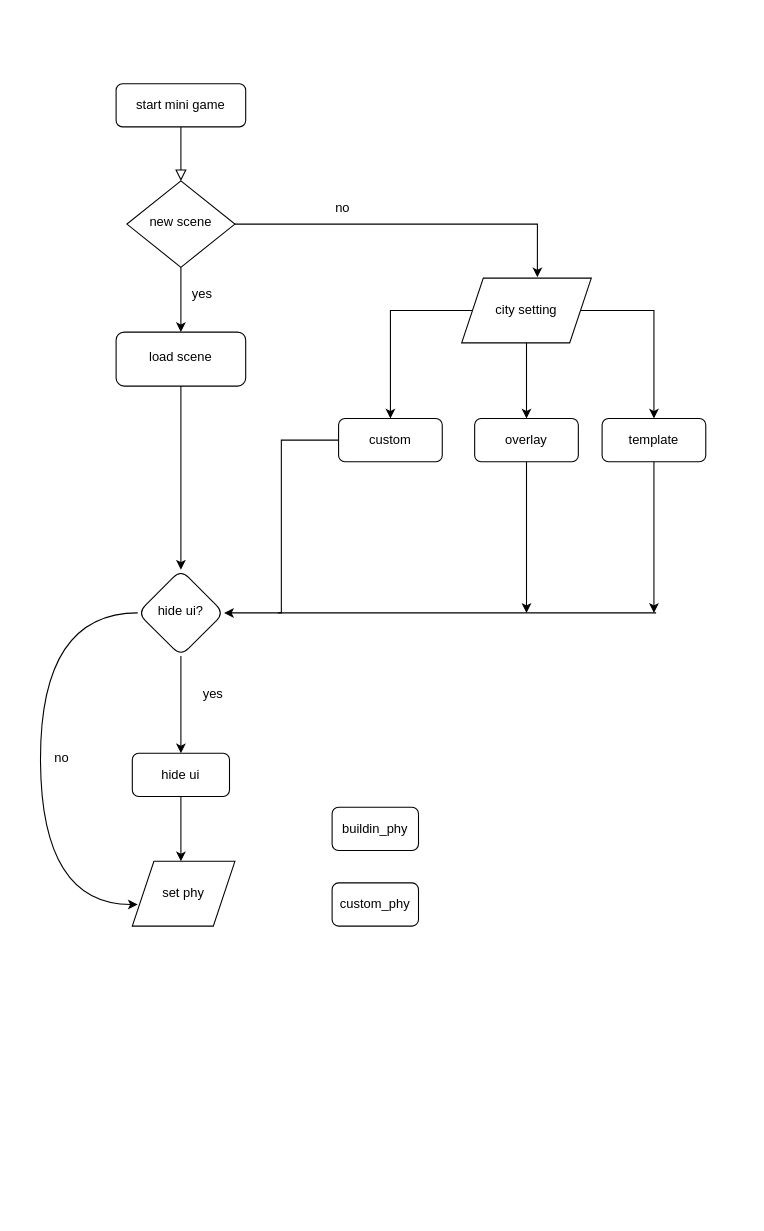
Earlier version of the draw.io diagram 未命名绘图.drawio (jeason1997/luban). Source tidied: cells renumbered, new cells numbered last; positions are measured from the earlier drawing's top-left corner, leaving out a move shared by most shapes. Both pictures are drawn from the tidied source at 108%, with x=0, y=0 at pixel (29, 83).
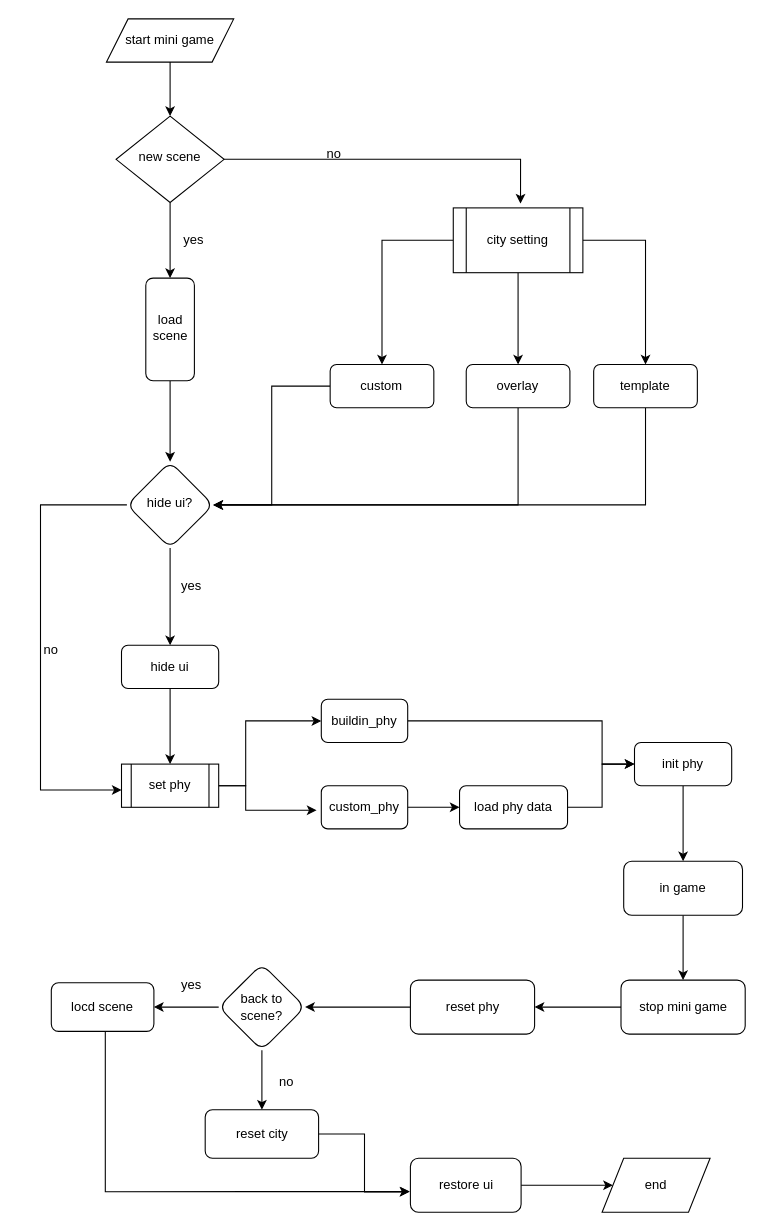
The same page after the edit.

Commit message (it also covers changes not shown here):
更新未命名绘图.drawio

Diff of the diagram source:
```diff
@@
-    <mxCell id="2" style="rounded=0;html=1;jettySize=auto;fontSize=11;endArrow=block;endFill=0;endSize=8;strokeWidth=1;shadow=0;labelBackgroundColor=none;edgeStyle=orthogonalEdgeStyle;" parent="1" edge="1" source="3" target="6">
-      <mxGeometry relative="1" as="geometry" />
-    </mxCell>
-    <mxCell id="3" value="start mini game" style="rounded=1;whiteSpace=wrap;html=1;fontSize=12;glass=0;strokeWidth=1;shadow=0;" parent="1" vertex="1">
-      <mxGeometry x="80" width="120" height="40" as="geometry" />
-    </mxCell>
@@
-    <mxCell id="5" style="edgeStyle=orthogonalEdgeStyle;rounded=0;jettySize=auto;html=1;entryX=0.584;entryY=-0.013;entryDx=0;entryDy=0;entryPerimeter=0;" parent="1" edge="1" source="6" target="13">
+    <mxCell id="5" style="edgeStyle=orthogonalEdgeStyle;rounded=0;jettySize=auto;html=1;entryX=0.519;entryY=-0.066;entryDx=0;entryDy=0;entryPerimeter=0;" parent="1" edge="1" source="6" target="13">
       <mxGeometry relative="1" as="geometry" />
     </mxCell>
     <mxCell id="6" value="new scene" style="rhombus;whiteSpace=wrap;html=1;shadow=0;fontFamily=Helvetica;fontSize=12;align=center;strokeWidth=1;spacing=6;spacingTop=-4;" parent="1" vertex="1">
-      <mxGeometry x="90" y="90" width="100" height="80" as="geometry" />
+      <mxGeometry x="80" y="30" width="100" height="80" as="geometry" />
     </mxCell>
-    <mxCell id="7" style="edgeStyle=orthogonalEdgeStyle;rounded=0;jettySize=auto;html=1;" parent="1" edge="1" source="8" target="22">
+    <mxCell id="7" style="edgeStyle=orthogonalEdgeStyle;rounded=0;jettySize=auto;html=1;entryX=0.5;entryY=0;entryDx=0;entryDy=0;" parent="1" edge="1" source="8" target="22">
       <mxGeometry relative="1" as="geometry" />
     </mxCell>
-    <mxCell id="8" value="load scene" style="rounded=1;whiteSpace=wrap;html=1;shadow=0;strokeWidth=1;spacing=6;spacingTop=-4;" parent="1" vertex="1">
-      <mxGeometry x="80" y="230" width="120" height="50" as="geometry" />
+    <mxCell id="8" value="load scene" style="rounded=1;whiteSpace=wrap;html=1;shadow=0;strokeWidth=1;spacing=6;spacingTop=-4;direction=south;" parent="1" vertex="1">
+      <mxGeometry x="107.5" y="180" width="45" height="95" as="geometry" />
     </mxCell>
     <mxCell id="9" value="yes" style="text;html=1;strokeColor=none;fillColor=none;align=center;verticalAlign=middle;whiteSpace=wrap;rounded=0;" parent="1" vertex="1">
-      <mxGeometry x="130" y="180" width="60" height="30" as="geometry" />
+      <mxGeometry x="122.2" y="130" width="60" height="30" as="geometry" />
     </mxCell>
-    <mxCell id="10" style="edgeStyle=orthogonalEdgeStyle;rounded=0;jettySize=auto;html=1;entryX=0.5;entryY=0;entryDx=0;entryDy=0;" parent="1" edge="1" source="13" target="15">
+    <mxCell id="10" style="edgeStyle=orthogonalEdgeStyle;rounded=0;jettySize=auto;html=1;entryX=0.5;entryY=0;entryDx=0;entryDy=0;exitX=0;exitY=0.5;exitDx=0;exitDy=0;" parent="1" edge="1" source="13" target="15">
       <mxGeometry relative="1" as="geometry" />
     </mxCell>
@@
-    <mxCell id="12" style="edgeStyle=orthogonalEdgeStyle;rounded=0;jettySize=auto;html=1;entryX=0.5;entryY=0;entryDx=0;entryDy=0;" parent="1" edge="1" source="13" target="17">
+    <mxCell id="12" style="edgeStyle=orthogonalEdgeStyle;rounded=0;jettySize=auto;html=1;entryX=0.5;entryY=0;entryDx=0;entryDy=0;exitX=0.5;exitY=1;exitDx=0;exitDy=0;" parent="1" edge="1" source="13" target="17">
       <mxGeometry relative="1" as="geometry" />
     </mxCell>
-    <mxCell id="13" value="city setting" style="shape=parallelogram;perimeter=parallelogramPerimeter;whiteSpace=wrap;html=1;fixedSize=1;" parent="1" vertex="1">
-      <mxGeometry x="400" y="180" width="120" height="60" as="geometry" />
-    </mxCell>
@@
     <mxCell id="15" value="custom" style="rounded=1;whiteSpace=wrap;html=1;" parent="1" vertex="1">
-      <mxGeometry x="286" y="310" width="96" height="40" as="geometry" />
+      <mxGeometry x="278.2" y="260" width="96" height="40" as="geometry" />
     </mxCell>
-    <mxCell id="16" style="edgeStyle=orthogonalEdgeStyle;rounded=0;jettySize=auto;html=1;" parent="1" edge="1" source="17">
-      <mxGeometry relative="1" as="geometry">
-        <mxPoint x="460" y="490" as="targetPoint" />
-      </mxGeometry>
-    </mxCell>
+    <mxCell id="32" style="edgeStyle=orthogonalEdgeStyle;rounded=0;jettySize=auto;html=1;entryX=1;entryY=0.5;entryDx=0;entryDy=0;" parent="1" edge="1" source="17" target="22">
+      <mxGeometry relative="1" as="geometry">
+        <Array as="points">
+          <mxPoint x="452" y="390" />
+        </Array>
+      </mxGeometry>
+    </mxCell>
     <mxCell id="17" value="overlay" style="rounded=1;whiteSpace=wrap;html=1;" parent="1" vertex="1">
-      <mxGeometry x="412" y="310" width="96" height="40" as="geometry" />
+      <mxGeometry x="404.2" y="260" width="96" height="40" as="geometry" />
     </mxCell>
-    <mxCell id="18" style="edgeStyle=orthogonalEdgeStyle;rounded=0;jettySize=auto;html=1;" parent="1" edge="1" source="19">
-      <mxGeometry relative="1" as="geometry">
-        <mxPoint x="578" y="490" as="targetPoint" />
-      </mxGeometry>
-    </mxCell>
+    <mxCell id="33" style="edgeStyle=orthogonalEdgeStyle;rounded=0;jettySize=auto;html=1;entryX=1;entryY=0.5;entryDx=0;entryDy=0;" parent="1" edge="1" source="19" target="22">
+      <mxGeometry relative="1" as="geometry">
+        <Array as="points">
+          <mxPoint x="570" y="390" />
+        </Array>
+      </mxGeometry>
+    </mxCell>
     <mxCell id="19" value="template" style="rounded=1;whiteSpace=wrap;html=1;" parent="1" vertex="1">
-      <mxGeometry x="530" y="310" width="96" height="40" as="geometry" />
+      <mxGeometry x="522.2" y="260" width="96" height="40" as="geometry" />
     </mxCell>
@@
-    <mxCell id="21" style="edgeStyle=orthogonalEdgeStyle;rounded=0;jettySize=auto;html=1;curved=1;entryX=0;entryY=0.5;entryDx=0;entryDy=0;exitX=0;exitY=0.5;exitDx=0;exitDy=0;" parent="1" edge="1" source="22">
-      <mxGeometry relative="1" as="geometry">
-        <mxPoint x="100" y="760" as="targetPoint" />
-        <Array as="points">
-          <mxPoint x="10" y="490" />
-          <mxPoint x="10" y="760" />
-        </Array>
-      </mxGeometry>
-    </mxCell>
     <mxCell id="22" value="hide ui?" style="rhombus;whiteSpace=wrap;html=1;rounded=1;shadow=0;strokeWidth=1;spacing=6;spacingTop=-4;" parent="1" vertex="1">
-      <mxGeometry x="100" y="450" width="80" height="80" as="geometry" />
+      <mxGeometry x="90" y="350" width="80" height="80" as="geometry" />
     </mxCell>
-    <mxCell id="23" style="endArrow=none;html=1;rounded=0;" parent="1" edge="1">
-      <mxGeometry relative="1" as="geometry">
-        <mxPoint x="230" y="490" as="sourcePoint" />
-        <mxPoint x="580" y="490" as="targetPoint" />
-        <Array as="points">
-          <mxPoint x="460" y="490" />
-        </Array>
-      </mxGeometry>
-    </mxCell>
     <mxCell id="24" value="no" style="text;html=1;strokeColor=none;fillColor=none;align=center;verticalAlign=middle;whiteSpace=wrap;rounded=0;" parent="1" vertex="1">
-      <mxGeometry x="260" y="100" width="60" height="30" as="geometry" />
+      <mxGeometry x="252.2" y="50" width="60" height="30" as="geometry" />
     </mxCell>
     <mxCell id="25" value="yes" style="text;html=1;strokeColor=none;fillColor=none;align=center;verticalAlign=middle;whiteSpace=wrap;rounded=0;" parent="1" vertex="1">
-      <mxGeometry x="140" y="550" width="60" height="30" as="geometry" />
+      <mxGeometry x="120" y="450" width="60" height="30" as="geometry" />
     </mxCell>
-    <mxCell id="26" style="edgeStyle=orthogonalEdgeStyle;rounded=0;jettySize=auto;html=1;" parent="1" edge="1" source="27">
-      <mxGeometry relative="1" as="geometry">
-        <mxPoint x="140" y="720" as="targetPoint" />
-      </mxGeometry>
+    <mxCell id="26" style="edgeStyle=orthogonalEdgeStyle;rounded=0;jettySize=auto;html=1;entryX=0.5;entryY=0;entryDx=0;entryDy=0;" parent="1" edge="1" source="27" target="29">
+      <mxGeometry relative="1" as="geometry" />
     </mxCell>
     <mxCell id="27" value="hide ui" style="rounded=1;whiteSpace=wrap;html=1;" parent="1" vertex="1">
-      <mxGeometry x="95" y="620" width="90" height="40" as="geometry" />
+      <mxGeometry x="85" y="520" width="90" height="40" as="geometry" />
     </mxCell>
     <mxCell id="28" value="no" style="text;html=1;strokeColor=none;fillColor=none;align=center;verticalAlign=middle;whiteSpace=wrap;rounded=0;" parent="1" vertex="1">
-      <mxGeometry y="610" width="60" height="30" as="geometry" />
+      <mxGeometry x="-10" y="510" width="60" height="30" as="geometry" />
     </mxCell>
+    <mxCell id="34" style="edgeStyle=orthogonalEdgeStyle;rounded=0;jettySize=auto;html=1;entryX=0;entryY=0.5;entryDx=0;entryDy=0;" parent="1" edge="1" target="30">
+      <mxGeometry relative="1" as="geometry">
+        <mxPoint x="170" y="650" as="sourcePoint" />
+        <Array as="points">
+          <mxPoint x="200" y="650" />
+          <mxPoint x="200" y="590" />
+        </Array>
+      </mxGeometry>
+    </mxCell>
+    <mxCell id="35" style="edgeStyle=orthogonalEdgeStyle;rounded=0;jettySize=auto;html=1;entryX=0;entryY=0.5;entryDx=0;entryDy=0;" parent="1" edge="1" source="30" target="41">
+      <mxGeometry relative="1" as="geometry">
+        <Array as="points">
+          <mxPoint x="530" y="590" />
+          <mxPoint x="530" y="630" />
+        </Array>
+      </mxGeometry>
+    </mxCell>
+    <mxCell id="30" value="buildin_phy" style="rounded=1;whiteSpace=wrap;html=1;" parent="1" vertex="1">
+      <mxGeometry x="270" y="570" width="80" height="40" as="geometry" />
+    </mxCell>
+    <mxCell id="36" style="edgeStyle=orthogonalEdgeStyle;rounded=0;jettySize=auto;html=1;entryX=0;entryY=0.5;entryDx=0;entryDy=0;" parent="1" edge="1" source="31" target="39">
+      <mxGeometry relative="1" as="geometry" />
+    </mxCell>
+    <mxCell id="31" value="custom_phy" style="rounded=1;whiteSpace=wrap;html=1;" parent="1" vertex="1">
+      <mxGeometry x="270" y="650" width="80" height="40" as="geometry" />
+    </mxCell>
+    <mxCell id="37" style="edgeStyle=orthogonalEdgeStyle;rounded=0;jettySize=auto;html=1;entryX=-0.055;entryY=0.567;entryDx=0;entryDy=0;entryPerimeter=0;exitX=1;exitY=0.5;exitDx=0;exitDy=0;" parent="1" edge="1" source="29" target="31">
+      <mxGeometry relative="1" as="geometry">
+        <Array as="points">
+          <mxPoint x="200" y="650" />
+          <mxPoint x="200" y="673" />
+        </Array>
+      </mxGeometry>
+    </mxCell>
+    <mxCell id="38" style="edgeStyle=orthogonalEdgeStyle;rounded=0;jettySize=auto;html=1;entryX=0;entryY=0.5;entryDx=0;entryDy=0;" parent="1" edge="1" source="39" target="41">
+      <mxGeometry relative="1" as="geometry">
+        <Array as="points">
+          <mxPoint x="530" y="670" />
+          <mxPoint x="530" y="630" />
+        </Array>
+      </mxGeometry>
+    </mxCell>
+    <mxCell id="39" value="load phy data" style="rounded=1;whiteSpace=wrap;html=1;" parent="1" vertex="1">
+      <mxGeometry x="398" y="650" width="100" height="40" as="geometry" />
+    </mxCell>
+    <mxCell id="40" style="edgeStyle=orthogonalEdgeStyle;rounded=0;jettySize=auto;html=1;entryX=0.5;entryY=0;entryDx=0;entryDy=0;" parent="1" edge="1" source="41" target="43">
+      <mxGeometry relative="1" as="geometry" />
+    </mxCell>
+    <mxCell id="41" value="init phy" style="rounded=1;whiteSpace=wrap;html=1;" parent="1" vertex="1">
+      <mxGeometry x="560" y="610" width="90" height="40" as="geometry" />
+    </mxCell>
+    <mxCell id="42" style="edgeStyle=orthogonalEdgeStyle;rounded=0;jettySize=auto;html=1;" parent="1" edge="1" source="43" target="45">
+      <mxGeometry relative="1" as="geometry" />
+    </mxCell>
+    <mxCell id="43" value="in game" style="rounded=1;whiteSpace=wrap;html=1;" parent="1" vertex="1">
+      <mxGeometry x="550" y="720" width="110" height="50" as="geometry" />
+    </mxCell>
+    <mxCell id="44" style="edgeStyle=orthogonalEdgeStyle;rounded=0;jettySize=auto;html=1;" parent="1" edge="1" source="45" target="47">
+      <mxGeometry relative="1" as="geometry" />
+    </mxCell>
+    <mxCell id="45" value="stop mini game" style="whiteSpace=wrap;html=1;rounded=1;" parent="1" vertex="1">
+      <mxGeometry x="547.5" y="830" width="115" height="50" as="geometry" />
+    </mxCell>
+    <mxCell id="46" style="edgeStyle=orthogonalEdgeStyle;rounded=0;jettySize=auto;html=1;" parent="1" edge="1" source="47" target="50">
+      <mxGeometry relative="1" as="geometry" />
+    </mxCell>
+    <mxCell id="47" value="reset phy" style="whiteSpace=wrap;html=1;rounded=1;" parent="1" vertex="1">
+      <mxGeometry x="352.5" y="830" width="115" height="50" as="geometry" />
+    </mxCell>
+    <mxCell id="48" style="edgeStyle=orthogonalEdgeStyle;rounded=0;jettySize=auto;html=1;" parent="1" edge="1" source="50" target="51">
+      <mxGeometry relative="1" as="geometry" />
+    </mxCell>
+    <mxCell id="49" style="edgeStyle=orthogonalEdgeStyle;rounded=0;jettySize=auto;html=1;" parent="1" edge="1" source="50" target="52">
+      <mxGeometry relative="1" as="geometry" />
+    </mxCell>
+    <mxCell id="50" value="back to scene?" style="rhombus;whiteSpace=wrap;html=1;rounded=1;" parent="1" vertex="1">
+      <mxGeometry x="175" y="815" width="80" height="80" as="geometry" />
+    </mxCell>
+    <mxCell id="51" value="locd scene" style="whiteSpace=wrap;html=1;rounded=1;" parent="1" vertex="1">
+      <mxGeometry x="20" y="832.5" width="95" height="45" as="geometry" />
+    </mxCell>
+    <mxCell id="52" value="reset city" style="whiteSpace=wrap;html=1;rounded=1;" parent="1" vertex="1">
+      <mxGeometry x="162.5" y="950" width="105" height="45" as="geometry" />
+    </mxCell>
+    <mxCell id="53" value="yes" style="text;html=1;strokeColor=none;fillColor=none;align=center;verticalAlign=middle;whiteSpace=wrap;rounded=0;" parent="1" vertex="1">
+      <mxGeometry x="120" y="820" width="60" height="30" as="geometry" />
+    </mxCell>
+    <mxCell id="54" value="no" style="text;html=1;strokeColor=none;fillColor=none;align=center;verticalAlign=middle;whiteSpace=wrap;rounded=0;" parent="1" vertex="1">
+      <mxGeometry x="207.5" y="910" width="60" height="30" as="geometry" />
+    </mxCell>
+    <mxCell id="55" style="edgeStyle=orthogonalEdgeStyle;rounded=0;jettySize=auto;html=1;" parent="1" edge="1" source="56" target="59">
+      <mxGeometry relative="1" as="geometry" />
+    </mxCell>
+    <mxCell id="56" value="restore ui" style="rounded=1;whiteSpace=wrap;html=1;" parent="1" vertex="1">
+      <mxGeometry x="352.5" y="995" width="102.5" height="50" as="geometry" />
+    </mxCell>
+    <mxCell id="57" style="edgeStyle=orthogonalEdgeStyle;rounded=0;jettySize=auto;html=1;entryX=-0.005;entryY=0.617;entryDx=0;entryDy=0;entryPerimeter=0;" parent="1" edge="1" source="51" target="56">
+      <mxGeometry relative="1" as="geometry">
+        <Array as="points">
+          <mxPoint x="70" y="1026" />
+        </Array>
+      </mxGeometry>
+    </mxCell>
+    <mxCell id="58" style="edgeStyle=orthogonalEdgeStyle;rounded=0;jettySize=auto;html=1;entryX=-0.009;entryY=0.621;entryDx=0;entryDy=0;entryPerimeter=0;" parent="1" edge="1" source="52" target="56">
+      <mxGeometry relative="1" as="geometry" />
+    </mxCell>
+    <mxCell id="59" value="end" style="shape=parallelogram;perimeter=parallelogramPerimeter;whiteSpace=wrap;html=1;fixedSize=1;" parent="1" vertex="1">
+      <mxGeometry x="530" y="995" width="100" height="50" as="geometry" />
+    </mxCell>
+    <mxCell id="2" style="edgeStyle=orthogonalEdgeStyle;rounded=0;jettySize=auto;html=1;entryX=0.5;entryY=0;entryDx=0;entryDy=0;" parent="1" edge="1" source="3" target="6">
+      <mxGeometry relative="1" as="geometry" />
+    </mxCell>
+    <mxCell id="3" value="start mini game" style="shape=parallelogram;perimeter=parallelogramPerimeter;whiteSpace=wrap;html=1;fixedSize=1;" parent="1" vertex="1">
+      <mxGeometry x="71.1" y="-60" width="117.8" height="40" as="geometry" />
+    </mxCell>
+    <mxCell id="13" value="city setting" style="shape=process;whiteSpace=wrap;html=1;backgroundOutline=1;" parent="1" vertex="1">
+      <mxGeometry x="392.2" y="115" width="120" height="60" as="geometry" />
+    </mxCell>
-    <mxCell id="29" value="set phy" style="shape=parallelogram;perimeter=parallelogramPerimeter;whiteSpace=wrap;html=1;fixedSize=1;" parent="1" vertex="1">
-      <mxGeometry x="95" y="720" width="95" height="60" as="geometry" />
+    <mxCell id="29" value="set phy" style="shape=process;whiteSpace=wrap;html=1;backgroundOutline=1;" parent="1" vertex="1">
+      <mxGeometry x="85" y="630" width="90" height="40" as="geometry" />
     </mxCell>
-    <mxCell id="30" value="buildin_phy" style="rounded=1;whiteSpace=wrap;html=1;" parent="1" vertex="1">
-      <mxGeometry x="280" y="670" width="80" height="40" as="geometry" />
-    </mxCell>
-    <mxCell id="31" value="custom_phy" style="rounded=1;whiteSpace=wrap;html=1;" parent="1" vertex="1">
-      <mxGeometry x="280" y="740" width="80" height="40" as="geometry" />
-    </mxCell>
+    <mxCell id="60" style="edgeStyle=orthogonalEdgeStyle;rounded=0;jettySize=auto;html=1;exitX=0;exitY=0.5;exitDx=0;exitDy=0;entryX=0.001;entryY=0.599;entryDx=0;entryDy=0;entryPerimeter=0;" parent="1" edge="1" source="22" target="29">
+      <mxGeometry relative="1" as="geometry">
+        <Array as="points">
+          <mxPoint x="10" y="390" />
+          <mxPoint x="10" y="654" />
+        </Array>
+      </mxGeometry>
+    </mxCell>
```
